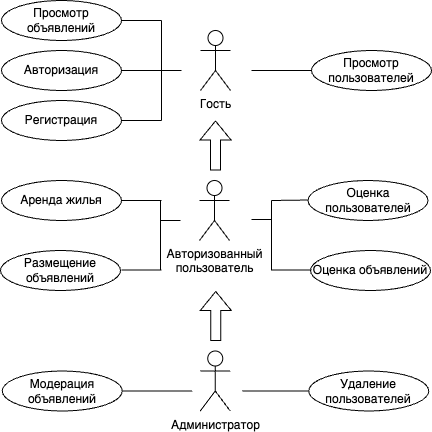
Earlier version of the draw.io export doc/img/use-case.png (Pangolierchick/IU7-PPO). Source tidied: cells renumbered, new cells last; positions are measured from the earlier drawing's top-left corner, leaving out a move shared by most shapes.
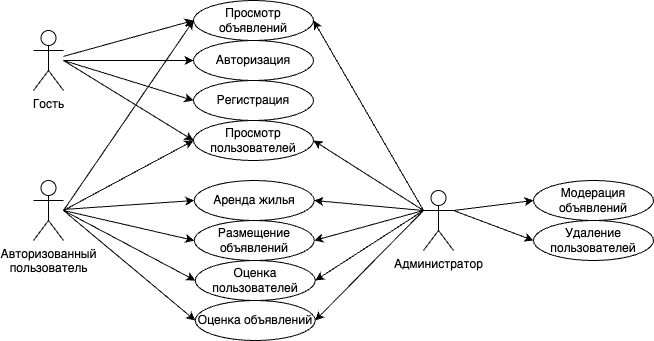
After the change.

Diff of the diagram source:
```diff
@@ -3,144 +3,123 @@
     <mxCell id="0" />
     <mxCell id="1" parent="0" />
     <mxCell id="2" value="Гость" style="shape=umlActor;verticalLabelPosition=bottom;verticalAlign=top;html=1;outlineConnect=0;labelBackgroundColor=none;rounded=0;" parent="1" vertex="1">
-      <mxGeometry x="200" y="30" width="30" height="60" as="geometry" />
+      <mxGeometry x="-159" y="30" width="30" height="60" as="geometry" />
     </mxCell>
     <mxCell id="3" value="Просмотр объявлений" style="ellipse;whiteSpace=wrap;html=1;labelBackgroundColor=none;rounded=0;" parent="1" vertex="1">
       <mxGeometry x="1" width="120" height="40" as="geometry" />
     </mxCell>
     <mxCell id="4" value="Авторизация" style="ellipse;whiteSpace=wrap;html=1;labelBackgroundColor=none;rounded=0;" parent="1" vertex="1">
-      <mxGeometry x="1" y="50" width="120" height="40" as="geometry" />
+      <mxGeometry x="1" y="40" width="120" height="40" as="geometry" />
     </mxCell>
     <mxCell id="5" value="Регистрация" style="ellipse;whiteSpace=wrap;html=1;labelBackgroundColor=none;rounded=0;" parent="1" vertex="1">
-      <mxGeometry x="1" y="100" width="120" height="40" as="geometry" />
+      <mxGeometry x="1" y="80" width="120" height="40" as="geometry" />
     </mxCell>
     <mxCell id="6" value="Просмотр пользователей" style="ellipse;whiteSpace=wrap;html=1;labelBackgroundColor=none;rounded=0;" parent="1" vertex="1">
-      <mxGeometry x="311" y="50" width="120" height="40" as="geometry" />
+      <mxGeometry x="1" y="120" width="120" height="40" as="geometry" />
     </mxCell>
-    <mxCell id="7" style="endArrow=none;html=1;rounded=0;exitX=1;exitY=0.5;exitDx=0;exitDy=0;" parent="1" edge="1" source="5">
-      <mxGeometry relative="1" as="geometry">
-        <mxPoint x="161" y="120" as="targetPoint" />
-      </mxGeometry>
-    </mxCell>
-    <mxCell id="8" style="endArrow=none;html=1;rounded=0;" parent="1" edge="1">
-      <mxGeometry relative="1" as="geometry">
-        <mxPoint x="161" y="20" as="sourcePoint" />
-        <mxPoint x="161" y="120" as="targetPoint" />
-      </mxGeometry>
-    </mxCell>
-    <mxCell id="9" style="endArrow=none;html=1;rounded=0;exitX=1;exitY=0.5;exitDx=0;exitDy=0;" parent="1" edge="1" source="4">
-      <mxGeometry relative="1" as="geometry">
-        <mxPoint x="161" y="70" as="targetPoint" />
-      </mxGeometry>
-    </mxCell>
-    <mxCell id="10" style="endArrow=none;html=1;rounded=0;exitX=1;exitY=0.5;exitDx=0;exitDy=0;" parent="1" edge="1" source="3">
-      <mxGeometry relative="1" as="geometry">
-        <mxPoint x="161" y="20" as="targetPoint" />
-      </mxGeometry>
-    </mxCell>
-    <mxCell id="11" style="endArrow=none;html=1;rounded=0;" parent="1" edge="1">
-      <mxGeometry relative="1" as="geometry">
-        <mxPoint x="161" y="70" as="sourcePoint" />
-        <mxPoint x="181" y="70" as="targetPoint" />
-      </mxGeometry>
-    </mxCell>
-    <mxCell id="12" style="endArrow=none;html=1;rounded=0;entryX=0;entryY=0.5;entryDx=0;entryDy=0;" parent="1" edge="1" target="6">
-      <mxGeometry relative="1" as="geometry">
-        <mxPoint x="251" y="70" as="sourcePoint" />
-      </mxGeometry>
-    </mxCell>
     <mxCell id="13" value="Авторизованный&lt;br&gt;пользователь" style="shape=umlActor;verticalLabelPosition=bottom;verticalAlign=top;html=1;outlineConnect=0;labelBackgroundColor=none;rounded=0;" parent="1" vertex="1">
-      <mxGeometry x="199" y="180" width="30" height="60" as="geometry" />
+      <mxGeometry x="-159" y="180" width="30" height="60" as="geometry" />
     </mxCell>
     <mxCell id="14" value="Аренда жилья" style="ellipse;whiteSpace=wrap;html=1;labelBackgroundColor=none;rounded=0;" parent="1" vertex="1">
-      <mxGeometry x="1" y="180" width="120" height="40" as="geometry" />
+      <mxGeometry x="1.8" y="180" width="120" height="40" as="geometry" />
     </mxCell>
     <mxCell id="15" value="Размещение объявлений" style="ellipse;whiteSpace=wrap;html=1;labelBackgroundColor=none;rounded=0;" parent="1" vertex="1">
-      <mxGeometry y="250" width="120" height="40" as="geometry" />
+      <mxGeometry x="1.8" y="220" width="120" height="40" as="geometry" />
     </mxCell>
-    <mxCell id="16" style="endArrow=none;html=1;rounded=0;exitX=1;exitY=0.5;exitDx=0;exitDy=0;" parent="1" edge="1">
-      <mxGeometry relative="1" as="geometry">
-        <mxPoint x="121" y="269.5" as="sourcePoint" />
-        <mxPoint x="161" y="269.5" as="targetPoint" />
-      </mxGeometry>
-    </mxCell>
-    <mxCell id="17" style="endArrow=none;html=1;rounded=0;" parent="1" edge="1">
-      <mxGeometry relative="1" as="geometry">
-        <mxPoint x="160" y="200" as="sourcePoint" />
-        <mxPoint x="160" y="270" as="targetPoint" />
-      </mxGeometry>
-    </mxCell>
-    <mxCell id="18" style="endArrow=none;html=1;rounded=0;exitX=1;exitY=0.5;exitDx=0;exitDy=0;" parent="1" edge="1" source="14">
-      <mxGeometry relative="1" as="geometry">
-        <mxPoint x="161" y="200" as="targetPoint" />
-      </mxGeometry>
-    </mxCell>
-    <mxCell id="19" style="endArrow=none;html=1;rounded=0;" parent="1" edge="1">
-      <mxGeometry relative="1" as="geometry">
-        <mxPoint x="160" y="220" as="sourcePoint" />
-        <mxPoint x="180" y="220" as="targetPoint" />
-      </mxGeometry>
-    </mxCell>
-    <mxCell id="20" style="endArrow=none;html=1;rounded=0;entryX=0;entryY=0.5;entryDx=0;entryDy=0;" parent="1" edge="1">
-      <mxGeometry relative="1" as="geometry">
-        <mxPoint x="271" y="200" as="sourcePoint" />
-        <mxPoint x="310" y="199.5" as="targetPoint" />
-      </mxGeometry>
-    </mxCell>
     <mxCell id="21" value="Оценка пользователей" style="ellipse;whiteSpace=wrap;html=1;labelBackgroundColor=none;rounded=0;" parent="1" vertex="1">
-      <mxGeometry x="307.5" y="180" width="120" height="40" as="geometry" />
+      <mxGeometry x="2.8" y="260" width="120" height="40" as="geometry" />
     </mxCell>
     <mxCell id="22" value="Оценка объявлений" style="ellipse;whiteSpace=wrap;html=1;labelBackgroundColor=none;rounded=0;" parent="1" vertex="1">
-      <mxGeometry x="310" y="250" width="120" height="40" as="geometry" />
+      <mxGeometry x="2.8" y="300" width="120" height="40" as="geometry" />
     </mxCell>
-    <mxCell id="23" style="endArrow=none;html=1;rounded=0;" parent="1" edge="1">
-      <mxGeometry relative="1" as="geometry">
-        <mxPoint x="271" y="200" as="sourcePoint" />
-        <mxPoint x="271" y="270" as="targetPoint" />
-      </mxGeometry>
-    </mxCell>
-    <mxCell id="24" style="endArrow=none;html=1;rounded=0;exitX=1;exitY=0.5;exitDx=0;exitDy=0;" parent="1" edge="1">
-      <mxGeometry relative="1" as="geometry">
-        <mxPoint x="271" y="269.5" as="sourcePoint" />
-        <mxPoint x="311" y="269.5" as="targetPoint" />
-      </mxGeometry>
-    </mxCell>
     <mxCell id="25" value="Администратор" style="shape=umlActor;verticalLabelPosition=bottom;verticalAlign=top;html=1;outlineConnect=0;labelBackgroundColor=none;rounded=0;" parent="1" vertex="1">
-      <mxGeometry x="199.8" y="350.5" width="30" height="60" as="geometry" />
+      <mxGeometry x="231" y="190" width="30" height="60" as="geometry" />
     </mxCell>
-    <mxCell id="26" style="edgeStyle=orthogonalEdgeStyle;rounded=0;jettySize=auto;html=1;exitX=1;exitY=0.5;exitDx=0;exitDy=0;endArrow=none;endFill=0;" parent="1" edge="1" source="27">
-      <mxGeometry relative="1" as="geometry">
-        <mxPoint x="191.8" y="390.5" as="targetPoint" />
-      </mxGeometry>
-    </mxCell>
     <mxCell id="27" value="Модерация объявлений" style="ellipse;whiteSpace=wrap;html=1;labelBackgroundColor=none;rounded=0;" parent="1" vertex="1">
-      <mxGeometry x="1.8" y="370.5" width="120" height="40" as="geometry" />
+      <mxGeometry x="341" y="180" width="120" height="40" as="geometry" />
     </mxCell>
-    <mxCell id="28" style="edgeStyle=orthogonalEdgeStyle;rounded=0;jettySize=auto;html=1;exitX=0;exitY=0.5;exitDx=0;exitDy=0;endArrow=none;endFill=0;" parent="1" edge="1" source="29">
-      <mxGeometry relative="1" as="geometry">
-        <mxPoint x="241.8" y="390.5" as="targetPoint" />
-      </mxGeometry>
-    </mxCell>
     <mxCell id="29" value="Удаление пользователей" style="ellipse;whiteSpace=wrap;html=1;labelBackgroundColor=none;rounded=0;" parent="1" vertex="1">
-      <mxGeometry x="308.2" y="370.5" width="120" height="40" as="geometry" />
+      <mxGeometry x="341" y="220" width="120" height="40" as="geometry" />
     </mxCell>
-    <mxCell id="30" style="endArrow=none;html=1;rounded=0;" parent="1" edge="1">
-      <mxGeometry relative="1" as="geometry">
-        <mxPoint x="251" y="219" as="sourcePoint" />
-        <mxPoint x="271" y="219" as="targetPoint" />
-      </mxGeometry>
-    </mxCell>
-    <mxCell id="31" style="shape=flexArrow;endArrow=classic;html=1;rounded=0;" parent="1" edge="1">
-      <mxGeometry relative="1" as="geometry">
-        <mxPoint x="215" y="170" as="sourcePoint" />
-        <mxPoint x="215" y="120" as="targetPoint" />
-      </mxGeometry>
-    </mxCell>
-    <mxCell id="32" style="shape=flexArrow;endArrow=classic;html=1;rounded=0;" parent="1" edge="1">
-      <mxGeometry relative="1" as="geometry">
-        <mxPoint x="215.2" y="340.5" as="sourcePoint" />
-        <mxPoint x="215.2" y="290.5" as="targetPoint" />
-      </mxGeometry>
-    </mxCell>
+    <mxCell id="33" style="endArrow=classic;html=1;rounded=0;entryX=0;entryY=0.5;entryDx=0;entryDy=0;" parent="1" edge="1" source="2" target="3">
+      <mxGeometry relative="1" as="geometry" />
+    </mxCell>
+    <mxCell id="34" style="endArrow=classic;html=1;rounded=0;entryX=0;entryY=0.5;entryDx=0;entryDy=0;" parent="1" edge="1" target="4">
+      <mxGeometry relative="1" as="geometry">
+        <mxPoint x="-129" y="60" as="sourcePoint" />
+      </mxGeometry>
+    </mxCell>
+    <mxCell id="35" style="endArrow=classic;html=1;rounded=0;entryX=0;entryY=0.5;entryDx=0;entryDy=0;" parent="1" edge="1" target="5">
+      <mxGeometry relative="1" as="geometry">
+        <mxPoint x="-129" y="60" as="sourcePoint" />
+      </mxGeometry>
+    </mxCell>
+    <mxCell id="36" style="endArrow=classic;html=1;rounded=0;entryX=0;entryY=0.5;entryDx=0;entryDy=0;" parent="1" edge="1" target="6">
+      <mxGeometry relative="1" as="geometry">
+        <mxPoint x="-129" y="60" as="sourcePoint" />
+      </mxGeometry>
+    </mxCell>
+    <mxCell id="37" style="endArrow=classic;html=1;rounded=0;entryX=0;entryY=0.5;entryDx=0;entryDy=0;" parent="1" edge="1" source="13" target="14">
+      <mxGeometry relative="1" as="geometry" />
+    </mxCell>
+    <mxCell id="38" style="endArrow=classic;html=1;rounded=0;entryX=0;entryY=0.5;entryDx=0;entryDy=0;" parent="1" edge="1" target="15">
+      <mxGeometry relative="1" as="geometry">
+        <mxPoint x="-129" y="210" as="sourcePoint" />
+      </mxGeometry>
+    </mxCell>
+    <mxCell id="39" style="endArrow=classic;html=1;rounded=0;entryX=0;entryY=0.5;entryDx=0;entryDy=0;" parent="1" edge="1" target="21">
+      <mxGeometry relative="1" as="geometry">
+        <mxPoint x="-129" y="210" as="sourcePoint" />
+      </mxGeometry>
+    </mxCell>
+    <mxCell id="40" style="endArrow=classic;html=1;rounded=0;entryX=0;entryY=0.5;entryDx=0;entryDy=0;" parent="1" edge="1" target="22">
+      <mxGeometry relative="1" as="geometry">
+        <mxPoint x="-129" y="210" as="sourcePoint" />
+      </mxGeometry>
+    </mxCell>
+    <mxCell id="41" style="endArrow=classic;html=1;rounded=0;entryX=0;entryY=0.5;entryDx=0;entryDy=0;exitX=1;exitY=0.3333333333333333;exitDx=0;exitDy=0;exitPerimeter=0;" parent="1" edge="1" source="25" target="27">
+      <mxGeometry relative="1" as="geometry" />
+    </mxCell>
+    <mxCell id="42" style="endArrow=classic;html=1;rounded=0;entryX=0;entryY=0.5;entryDx=0;entryDy=0;" parent="1" edge="1" target="29">
+      <mxGeometry relative="1" as="geometry">
+        <mxPoint x="261" y="210" as="sourcePoint" />
+      </mxGeometry>
+    </mxCell>
+    <mxCell id="43" style="endArrow=classic;html=1;rounded=0;entryX=0;entryY=0.5;entryDx=0;entryDy=0;" parent="1" edge="1" target="6">
+      <mxGeometry relative="1" as="geometry">
+        <mxPoint x="-129" y="210" as="sourcePoint" />
+      </mxGeometry>
+    </mxCell>
+    <mxCell id="44" style="endArrow=classic;html=1;rounded=0;entryX=0;entryY=0.5;entryDx=0;entryDy=0;" parent="1" edge="1" target="3">
+      <mxGeometry relative="1" as="geometry">
+        <mxPoint x="-129" y="210" as="sourcePoint" />
+      </mxGeometry>
+    </mxCell>
+    <mxCell id="45" style="endArrow=classic;html=1;rounded=0;exitX=0;exitY=0.3333333333333333;exitDx=0;exitDy=0;exitPerimeter=0;entryX=1;entryY=0.5;entryDx=0;entryDy=0;" parent="1" edge="1" source="25" target="22">
+      <mxGeometry relative="1" as="geometry" />
+    </mxCell>
+    <mxCell id="46" style="endArrow=classic;html=1;rounded=0;exitX=0;exitY=0.3333333333333333;exitDx=0;exitDy=0;exitPerimeter=0;entryX=1;entryY=0.5;entryDx=0;entryDy=0;" parent="1" edge="1" source="25" target="21">
+      <mxGeometry relative="1" as="geometry" />
+    </mxCell>
+    <mxCell id="47" style="endArrow=classic;html=1;rounded=0;entryX=1;entryY=0.5;entryDx=0;entryDy=0;" parent="1" edge="1" target="15">
+      <mxGeometry relative="1" as="geometry">
+        <mxPoint x="231" y="210" as="sourcePoint" />
+      </mxGeometry>
+    </mxCell>
+    <mxCell id="48" style="endArrow=classic;html=1;rounded=0;entryX=1;entryY=0.5;entryDx=0;entryDy=0;" parent="1" edge="1" target="14">
+      <mxGeometry relative="1" as="geometry">
+        <mxPoint x="231" y="210" as="sourcePoint" />
+      </mxGeometry>
+    </mxCell>
+    <mxCell id="49" style="endArrow=classic;html=1;rounded=0;entryX=1;entryY=0.5;entryDx=0;entryDy=0;" parent="1" edge="1" target="6">
+      <mxGeometry relative="1" as="geometry">
+        <mxPoint x="231" y="210" as="sourcePoint" />
+      </mxGeometry>
+    </mxCell>
+    <mxCell id="50" style="endArrow=classic;html=1;rounded=0;entryX=1;entryY=0.5;entryDx=0;entryDy=0;" parent="1" edge="1" target="3">
+      <mxGeometry relative="1" as="geometry">
+        <mxPoint x="231" y="210" as="sourcePoint" />
+      </mxGeometry>
+    </mxCell>
   </root>
 </mxGraphModel>
```
